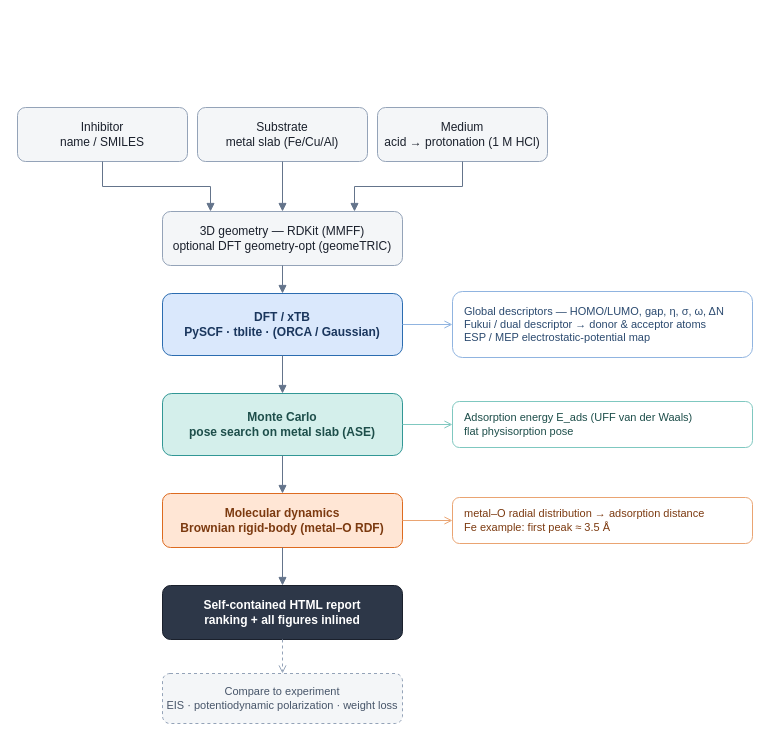
Above: docs/diagrams/pipeline.drawio in braboj/corrosim (draw.io), before the change. Source tidied: cells renumbered, new cells numbered last; positions are measured from the earlier drawing's top-left corner, leaving out a move shared by most shapes. Both pictures are drawn from the tidied source at 100%, with x=0, y=0 at pixel (17, 107).
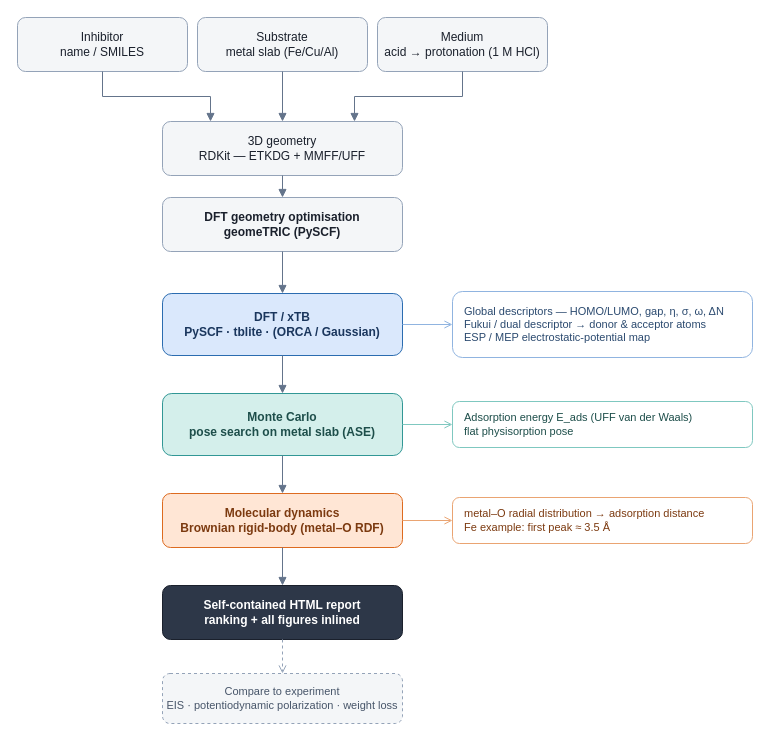
Above is the later version.

Commit message (it also covers changes not shown here):
docs(pipeline): split DFT geometry optimisation into its own step

The change refers to these unchanged cells:
```xml
<mxCell id="6" value="DFT / xTB&#10;PySCF · tblite · (ORCA / Gaussian)" style="rounded=1;whiteSpace=wrap;html=1;fillColor=#dae8fc;strokeColor=#2b6cb0;fontSize=12;fontStyle=1;fontColor=#1a365d;" parent="1" vertex="1">
  <mxGeometry x="145" y="186" width="240" height="62" as="geometry" />
</mxCell>
```

Diff of the diagram source:
```diff
@@
     <mxCell id="2" value="Inhibitor&#10;name / SMILES" style="rounded=1;whiteSpace=wrap;html=1;fillColor=#f4f6f8;strokeColor=#94a3b8;fontSize=12;fontColor=#1a202c;" parent="1" vertex="1">
-      <mxGeometry width="170" height="54" as="geometry" />
+      <mxGeometry y="-90" width="170" height="54" as="geometry" />
     </mxCell>
     <mxCell id="3" value="Substrate&#10;metal slab (Fe/Cu/Al)" style="rounded=1;whiteSpace=wrap;html=1;fillColor=#f4f6f8;strokeColor=#94a3b8;fontSize=12;fontColor=#1a202c;" parent="1" vertex="1">
-      <mxGeometry x="180" width="170" height="54" as="geometry" />
+      <mxGeometry x="180" y="-90" width="170" height="54" as="geometry" />
     </mxCell>
     <mxCell id="4" value="Medium&#10;acid → protonation (1 M HCl)" style="rounded=1;whiteSpace=wrap;html=1;fillColor=#f4f6f8;strokeColor=#94a3b8;fontSize=12;fontColor=#1a202c;" parent="1" vertex="1">
-      <mxGeometry x="360" width="170" height="54" as="geometry" />
+      <mxGeometry x="360" y="-90" width="170" height="54" as="geometry" />
     </mxCell>
-    <mxCell id="5" value="3D geometry — RDKit (MMFF)&#10;optional DFT geometry-opt (geomeTRIC)" style="rounded=1;whiteSpace=wrap;html=1;fillColor=#f4f6f8;strokeColor=#94a3b8;fontSize=12;fontColor=#1a202c;" parent="1" vertex="1">
-      <mxGeometry x="145" y="104" width="240" height="54" as="geometry" />
+    <mxCell id="5" value="3D geometry&#10;RDKit — ETKDG + MMFF/UFF" style="rounded=1;whiteSpace=wrap;html=1;fillColor=#f4f6f8;strokeColor=#94a3b8;fontSize=12;fontColor=#1a202c;" parent="1" vertex="1">
+      <mxGeometry x="145" y="14" width="240" height="54" as="geometry" />
     </mxCell>
+    <mxCell id="25" value="DFT geometry optimisation&#10;geomeTRIC (PySCF)" style="rounded=1;whiteSpace=wrap;html=1;fillColor=#f4f6f8;strokeColor=#94a3b8;fontSize=12;fontStyle=1;fontColor=#1a202c;" parent="1" vertex="1">
+      <mxGeometry x="145" y="90" width="240" height="54" as="geometry" />
+    </mxCell>
@@
-    <mxCell id="17" style="edgeStyle=orthogonalEdgeStyle;rounded=0;html=1;strokeColor=#64748b;endArrow=block;endFill=1;" parent="1" edge="1" source="5" target="6">
+    <mxCell id="17" style="edgeStyle=orthogonalEdgeStyle;rounded=0;html=1;strokeColor=#64748b;endArrow=block;endFill=1;" parent="1" edge="1" source="5" target="25">
       <mxGeometry relative="1" as="geometry" />
     </mxCell>
+    <mxCell id="26" style="edgeStyle=orthogonalEdgeStyle;rounded=0;html=1;strokeColor=#64748b;endArrow=block;endFill=1;" parent="1" edge="1" source="25" target="6">
+      <mxGeometry relative="1" as="geometry" />
+    </mxCell>
```
